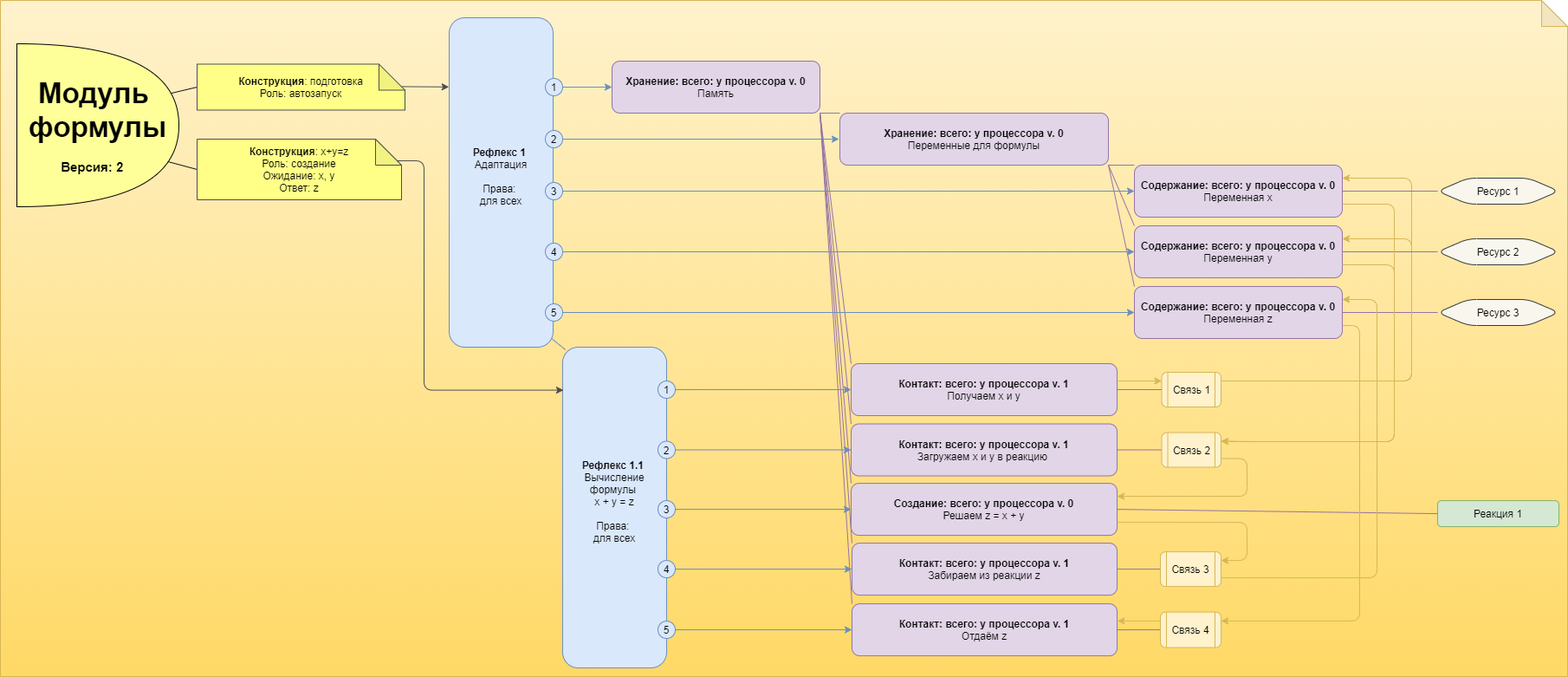
Before: Картинки/Module.png, a diagram exported from draw.io (it-architector/invention.csdr). Source tidied: cells renumbered, new cells last; positions are measured from the earlier drawing's top-left corner, leaving out a move shared by most shapes.
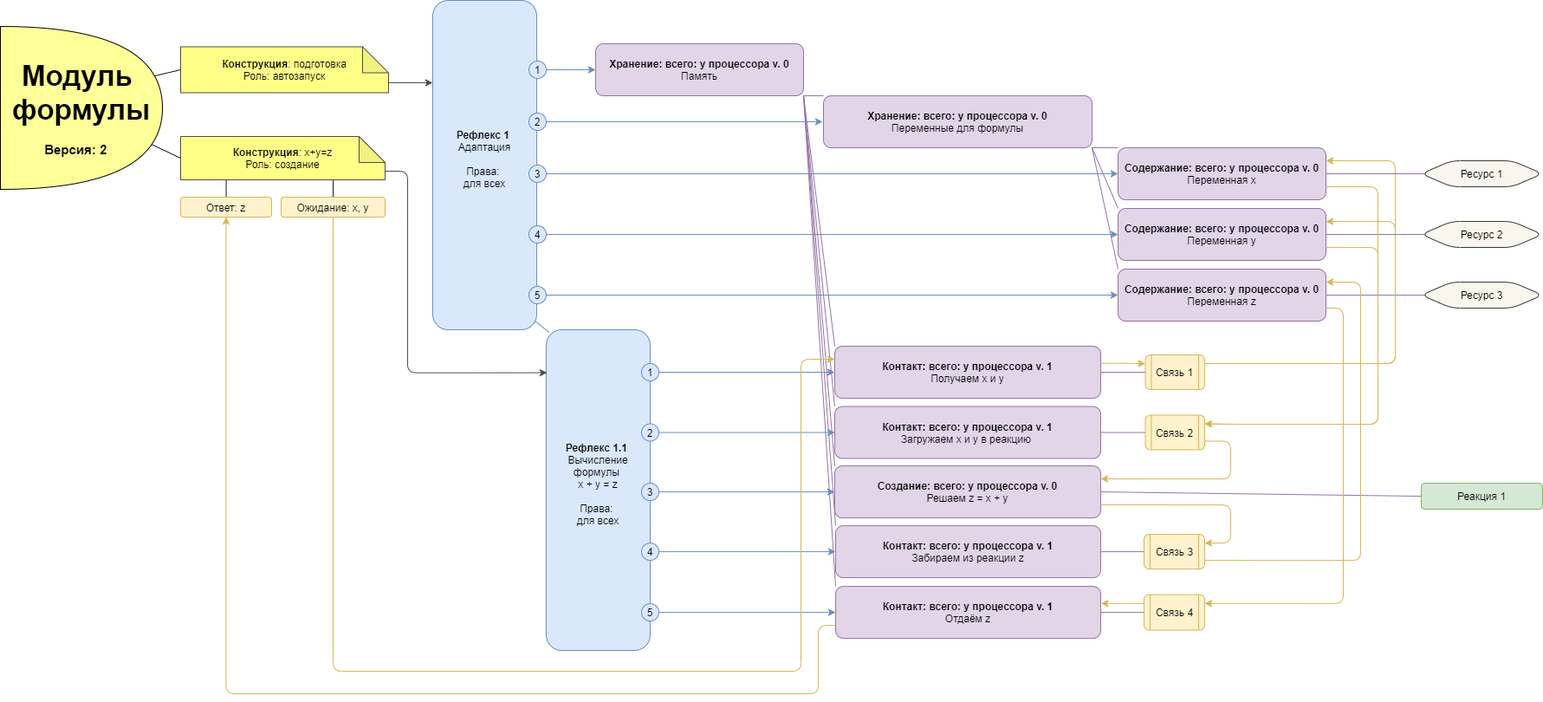
Above is the later version.

Commit message:
Цикл на конструкторе

Diff of the diagram source:
```diff
@@ -2,9 +2,6 @@
   <root>
     <mxCell id="0" />
     <mxCell id="1" parent="0" />
-    <mxCell id="2" style="shape=note;whiteSpace=wrap;html=1;backgroundOutline=1;darkOpacity=0.05;fillColor=#fff2cc;strokeColor=#d6b656;gradientColor=#ffd966;" parent="1" vertex="1">
-      <mxGeometry width="1809" height="780" as="geometry" />
-    </mxCell>
     <mxCell id="3" style="edgeStyle=none;jettySize=auto;html=1;entryX=0;entryY=0;entryDx=0;entryDy=0;strokeColor=#9673A6;exitX=1;exitY=1;exitDx=0;exitDy=0;endArrow=none;endFill=0;" parent="1" edge="1" source="9" target="24">
       <mxGeometry relative="1" as="geometry" />
     </mxCell>
@@ -26,7 +23,7 @@
     <mxCell id="9" value="&lt;b&gt;Хранение: всего: у&amp;nbsp;&lt;/b&gt;&lt;b&gt;процессора v. 0&lt;/b&gt;&lt;br&gt;Память" style="rounded=1;whiteSpace=wrap;html=1;fillColor=#E1D5E7;strokeColor=#9673A6;gradientColor=none;" parent="1" vertex="1">
       <mxGeometry x="706" y="70" width="240" height="60" as="geometry" />
     </mxCell>
-    <mxCell id="10" style="edgeStyle=orthogonalEdgeStyle;rounded=0;jettySize=auto;html=1;exitX=1;exitY=0.5;exitDx=0;exitDy=0;entryX=0;entryY=0.5;entryDx=0;entryDy=0;strokeColor=#9673A6;endArrow=none;endFill=0;" parent="1" edge="1" source="11" target="61">
+    <mxCell id="10" style="edgeStyle=orthogonalEdgeStyle;rounded=0;jettySize=auto;html=1;exitX=1;exitY=0.5;exitDx=0;exitDy=0;entryX=0.257;entryY=0.5;entryDx=0;entryDy=0;strokeColor=#9673A6;endArrow=none;endFill=0;entryPerimeter=0;" parent="1" edge="1" source="11" target="61">
       <mxGeometry relative="1" as="geometry" />
     </mxCell>
     <mxCell id="11" value="&lt;b&gt;Содержание: всего: у&amp;nbsp;&lt;/b&gt;&lt;b&gt;процессора&lt;/b&gt;&lt;b&gt;&amp;nbsp;v. 0&lt;/b&gt;&lt;br&gt;Переменная z" style="rounded=1;whiteSpace=wrap;html=1;fillColor=#e1d5e7;strokeColor=#9673a6;" parent="1" vertex="1">
@@ -63,13 +60,13 @@
     <mxCell id="18" value="&lt;b&gt;Хранение: всего: у&amp;nbsp;&lt;/b&gt;&lt;b&gt;процессора&lt;/b&gt;&lt;b&gt;&amp;nbsp;v. 0&lt;/b&gt;&lt;br&gt;Переменные для формулы" style="rounded=1;whiteSpace=wrap;html=1;fillColor=#e1d5e7;strokeColor=#9673a6;gradientColor=none;" parent="1" vertex="1">
       <mxGeometry x="969" y="130" width="310" height="60" as="geometry" />
     </mxCell>
-    <mxCell id="19" style="edgeStyle=orthogonalEdgeStyle;rounded=0;jettySize=auto;html=1;exitX=1;exitY=0.5;exitDx=0;exitDy=0;entryX=0;entryY=0.5;entryDx=0;entryDy=0;strokeColor=#9673A6;endArrow=none;endFill=0;" parent="1" edge="1" source="20" target="57">
+    <mxCell id="19" style="edgeStyle=orthogonalEdgeStyle;rounded=0;jettySize=auto;html=1;exitX=1;exitY=0.5;exitDx=0;exitDy=0;strokeColor=#9673A6;endArrow=none;endFill=0;entryX=0.143;entryY=0.5;entryDx=0;entryDy=0;entryPerimeter=0;" parent="1" edge="1" source="20" target="57">
       <mxGeometry relative="1" as="geometry" />
     </mxCell>
     <mxCell id="20" value="&lt;b&gt;Содержание: всего: у&amp;nbsp;&lt;/b&gt;&lt;b&gt;процессора&lt;/b&gt;&lt;b&gt;&amp;nbsp;v. 0&lt;/b&gt;&lt;br&gt;Переменная x" style="rounded=1;whiteSpace=wrap;html=1;fillColor=#e1d5e7;strokeColor=#9673A6;" parent="1" vertex="1">
       <mxGeometry x="1309" y="190" width="240" height="60" as="geometry" />
     </mxCell>
-    <mxCell id="21" style="edgeStyle=orthogonalEdgeStyle;rounded=0;jettySize=auto;html=1;exitX=1;exitY=0.5;exitDx=0;exitDy=0;entryX=0;entryY=0.5;entryDx=0;entryDy=0;strokeColor=#9673A6;endArrow=none;endFill=0;" parent="1" edge="1" source="22" target="59">
+    <mxCell id="21" style="edgeStyle=orthogonalEdgeStyle;rounded=0;jettySize=auto;html=1;exitX=1;exitY=0.5;exitDx=0;exitDy=0;strokeColor=#9673A6;endArrow=none;endFill=0;entryX=0.114;entryY=0.5;entryDx=0;entryDy=0;entryPerimeter=0;" parent="1" edge="1" source="22" target="59">
       <mxGeometry relative="1" as="geometry" />
     </mxCell>
     <mxCell id="22" value="&lt;b&gt;Содержание: всего: у&amp;nbsp;&lt;/b&gt;&lt;b&gt;процессора&lt;/b&gt;&lt;b&gt;&amp;nbsp;v. 0&lt;/b&gt;&lt;br&gt;Переменная y" style="rounded=1;whiteSpace=wrap;html=1;fillColor=#e1d5e7;strokeColor=#9673a6;" parent="1" vertex="1">
@@ -78,6 +75,9 @@
     <mxCell id="23" style="edgeStyle=orthogonalEdgeStyle;jettySize=auto;html=1;exitX=1;exitY=0.5;exitDx=0;exitDy=0;entryX=0;entryY=0.5;entryDx=0;entryDy=0;endArrow=none;endFill=0;strokeColor=#9673A6;" parent="1" edge="1" source="24" target="14">
       <mxGeometry relative="1" as="geometry" />
     </mxCell>
+    <mxCell id="63" style="edgeStyle=orthogonalEdgeStyle;rounded=1;jettySize=auto;html=1;exitX=1.003;exitY=0.326;exitDx=0;exitDy=0;entryX=0;entryY=0.25;entryDx=0;entryDy=0;endArrow=classic;endFill=1;exitPerimeter=0;strokeColor=#D6B656;" parent="1" edge="1" source="24" target="14">
+      <mxGeometry relative="1" as="geometry" />
+    </mxCell>
     <mxCell id="24" value="&lt;b&gt;Контакт&lt;/b&gt;&lt;b&gt;: всего&lt;/b&gt;&lt;b&gt;: у&amp;nbsp;&lt;/b&gt;&lt;b&gt;процессора&lt;/b&gt;&lt;b&gt;&amp;nbsp;v. 1&lt;/b&gt;&lt;br&gt;Получаем x и y" style="rounded=1;whiteSpace=wrap;html=1;fillColor=#e1d5e7;strokeColor=#9673A6;gradientColor=none;" parent="1" vertex="1">
       <mxGeometry x="982" y="419" width="307" height="60" as="geometry" />
     </mxCell>
@@ -96,6 +96,15 @@
     <mxCell id="29" style="edgeStyle=orthogonalEdgeStyle;jettySize=auto;html=1;exitX=1;exitY=0.5;exitDx=0;exitDy=0;entryX=0;entryY=0.5;entryDx=0;entryDy=0;endArrow=none;endFill=0;strokeColor=#9673A6;" parent="1" edge="1" source="30" target="43">
       <mxGeometry relative="1" as="geometry" />
     </mxCell>
+    <mxCell id="78" style="edgeStyle=orthogonalEdgeStyle;rounded=1;jettySize=auto;html=1;exitX=0;exitY=0.75;exitDx=0;exitDy=0;entryX=0.5;entryY=1;entryDx=0;entryDy=0;endArrow=classic;endFill=1;strokeColor=#D6B656;" parent="1" edge="1" source="30" target="83">
+      <mxGeometry relative="1" as="geometry">
+        <Array as="points">
+          <mxPoint x="963" y="741" />
+          <mxPoint x="963" y="820" />
+          <mxPoint x="280" y="820" />
+        </Array>
+      </mxGeometry>
+    </mxCell>
     <mxCell id="30" value="&lt;b&gt;Контакт&lt;/b&gt;&lt;b&gt;:&amp;nbsp;&lt;/b&gt;&lt;b&gt;всего&lt;/b&gt;&lt;b&gt;: у&amp;nbsp;&lt;/b&gt;&lt;b&gt;процессора&lt;/b&gt;&lt;b&gt;&amp;nbsp;v. 1&lt;/b&gt;&lt;br&gt;Отдаём z" style="rounded=1;whiteSpace=wrap;html=1;fillColor=#e1d5e7;strokeColor=#9673a6;gradientColor=none;" parent="1" vertex="1">
       <mxGeometry x="983" y="696.1" width="306" height="60" as="geometry" />
     </mxCell>
@@ -177,10 +186,10 @@
     <mxCell id="52" value="5" style="ellipse;whiteSpace=wrap;html=1;strokeColor=#6C8EBF;fillColor=#DAE8FC;" parent="1" vertex="1">
       <mxGeometry x="759" y="716.1" width="20" height="20" as="geometry" />
     </mxCell>
-    <mxCell id="53" style="rounded=1;jettySize=auto;html=1;exitX=0;exitY=0;exitDx=221;exitDy=15;exitPerimeter=0;endArrow=classic;endFill=1;strokeColor=#4D4D4D;edgeStyle=orthogonalEdgeStyle;entryX=0.008;entryY=0.134;entryDx=0;entryDy=0;entryPerimeter=0;" parent="1" edge="1" source="55" target="37">
+    <mxCell id="53" style="rounded=1;jettySize=auto;html=1;endArrow=classic;endFill=1;strokeColor=#4D4D4D;edgeStyle=orthogonalEdgeStyle;entryX=0.008;entryY=0.134;entryDx=0;entryDy=0;entryPerimeter=0;exitX=0;exitY=0;exitDx=236;exitDy=40;exitPerimeter=0;" parent="1" edge="1" source="55" target="37">
       <mxGeometry relative="1" as="geometry">
         <Array as="points">
-          <mxPoint x="489" y="185" />
+          <mxPoint x="489" y="217" />
           <mxPoint x="489" y="450" />
         </Array>
       </mxGeometry>
@@ -188,8 +197,14 @@
     <mxCell id="54" style="edgeStyle=none;rounded=1;jettySize=auto;html=1;exitX=0;exitY=0.5;exitDx=0;exitDy=0;exitPerimeter=0;entryX=0.931;entryY=0.723;entryDx=0;entryDy=0;entryPerimeter=0;endArrow=none;endFill=0;strokeColor=#10151C;" parent="1" edge="1" source="55" target="69">
       <mxGeometry relative="1" as="geometry" />
     </mxCell>
+    <mxCell id="79" style="edgeStyle=orthogonalEdgeStyle;rounded=1;jettySize=auto;html=1;exitX=0.746;exitY=0.978;exitDx=0;exitDy=0;exitPerimeter=0;entryX=0.5;entryY=0;entryDx=0;entryDy=0;endArrow=none;endFill=0;strokeColor=#10151C;" parent="1" edge="1" source="55" target="82">
+      <mxGeometry relative="1" as="geometry" />
+    </mxCell>
+    <mxCell id="80" style="edgeStyle=orthogonalEdgeStyle;rounded=1;jettySize=auto;html=1;entryX=0.5;entryY=0;entryDx=0;entryDy=0;endArrow=none;endFill=0;strokeColor=#10151C;exitX=0.223;exitY=0.997;exitDx=0;exitDy=0;exitPerimeter=0;" parent="1" edge="1" source="55" target="83">
+      <mxGeometry relative="1" as="geometry" />
+    </mxCell>
-    <mxCell id="55" value="&lt;b&gt;Конструкция&lt;/b&gt;:&amp;nbsp;x+y=z&lt;br&gt;Роль: создание&lt;br&gt;Ожидание: x, y&lt;br&gt;Ответ: z" style="shape=note;whiteSpace=wrap;html=1;backgroundOutline=1;darkOpacity=0.05;fillColor=#FFFF88;strokeColor=#4D4D4D;" parent="1" vertex="1">
-      <mxGeometry x="227" y="160" width="236" height="70" as="geometry" />
+    <mxCell id="55" value="&lt;b&gt;Конструкция&lt;/b&gt;:&amp;nbsp;x+y=z&lt;br&gt;Роль: создание&lt;br&gt;" style="shape=note;whiteSpace=wrap;html=1;backgroundOutline=1;darkOpacity=0.05;fillColor=#FFFF88;strokeColor=#4D4D4D;" parent="1" vertex="1">
+      <mxGeometry x="227" y="177" width="236" height="50" as="geometry" />
     </mxCell>
     <mxCell id="56" style="rounded=1;jettySize=auto;html=1;exitX=1;exitY=0.75;exitDx=0;exitDy=0;strokeColor=#D6B656;edgeStyle=orthogonalEdgeStyle;entryX=1;entryY=0.25;entryDx=0;entryDy=0;" parent="1" edge="1" source="20" target="39">
       <mxGeometry relative="1" as="geometry">
@@ -234,14 +249,7 @@
         </Array>
       </mxGeometry>
     </mxCell>
-    <mxCell id="63" style="edgeStyle=orthogonalEdgeStyle;rounded=1;jettySize=auto;html=1;exitX=0.998;exitY=0.358;exitDx=0;exitDy=0;entryX=0;entryY=0.25;entryDx=0;entryDy=0;strokeColor=#D6B656;exitPerimeter=0;" parent="1" edge="1" source="24" target="14">
-      <mxGeometry relative="1" as="geometry">
-        <Array as="points">
-          <mxPoint x="1288" y="439" />
-        </Array>
-      </mxGeometry>
-    </mxCell>
-    <mxCell id="64" style="rounded=1;jettySize=auto;html=1;exitX=0.954;exitY=0.488;exitDx=0;exitDy=0;exitPerimeter=0;endArrow=classic;endFill=1;strokeColor=#4D4D4D;entryX=-0.002;entryY=0.21;entryDx=0;entryDy=0;entryPerimeter=0;" parent="1" edge="1" source="66" target="68">
+    <mxCell id="64" style="rounded=1;jettySize=auto;html=1;exitX=0;exitY=0;exitDx=240;exitDy=41.5;exitPerimeter=0;endArrow=classic;endFill=1;strokeColor=#4D4D4D;entryX=0;entryY=0.25;entryDx=0;entryDy=0;" parent="1" edge="1" source="66" target="68">
       <mxGeometry relative="1" as="geometry" />
     </mxCell>
     <mxCell id="65" style="edgeStyle=none;rounded=1;jettySize=auto;html=1;exitX=0;exitY=0.5;exitDx=0;exitDy=0;exitPerimeter=0;entryX=0.951;entryY=0.304;entryDx=0;entryDy=0;entryPerimeter=0;endArrow=none;endFill=0;strokeColor=#10151C;" parent="1" edge="1" source="66" target="69">
@@ -283,5 +291,20 @@
     <mxCell id="77" value="Реакция&amp;nbsp;1" style="rounded=1;whiteSpace=wrap;html=1;fillColor=#d5e8d4;strokeColor=#82B366;" parent="1" vertex="1">
       <mxGeometry x="1659" y="577.1" width="140" height="30" as="geometry" />
     </mxCell>
+    <mxCell id="81" style="edgeStyle=orthogonalEdgeStyle;rounded=1;jettySize=auto;html=1;exitX=0.5;exitY=1;exitDx=0;exitDy=0;endArrow=classic;endFill=1;strokeColor=#D6B656;entryX=0;entryY=0.25;entryDx=0;entryDy=0;" parent="1" edge="1" source="82" target="24">
+      <mxGeometry relative="1" as="geometry">
+        <Array as="points">
+          <mxPoint x="403" y="794" />
+          <mxPoint x="943" y="794" />
+          <mxPoint x="943" y="434" />
+        </Array>
+      </mxGeometry>
+    </mxCell>
+    <mxCell id="82" value="&lt;span&gt;Ожидание: x, y&lt;/span&gt;" style="rounded=1;whiteSpace=wrap;html=1;glass=0;comic=0;strokeColor=#D6B656;fillColor=#FFF2CC;" parent="1" vertex="1">
+      <mxGeometry x="343" y="247" width="120" height="23" as="geometry" />
+    </mxCell>
+    <mxCell id="83" value="Ответ: z" style="rounded=1;whiteSpace=wrap;html=1;glass=0;comic=0;strokeColor=#D6B656;fillColor=#FFF2CC;" parent="1" vertex="1">
+      <mxGeometry x="227" y="247" width="105" height="23" as="geometry" />
+    </mxCell>
   </root>
 </mxGraphModel>
```
